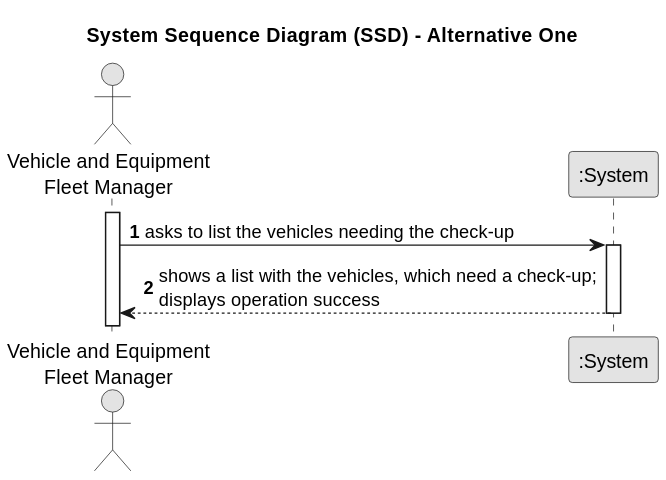
Before: docs/sprintA/us008/01.requirements-engineering/svg/us008-system-sequence-diagram-alternative-one.svg, a diagram exported from PlantUML (1231360-ISEP/lei-24-s2-1db-g021).
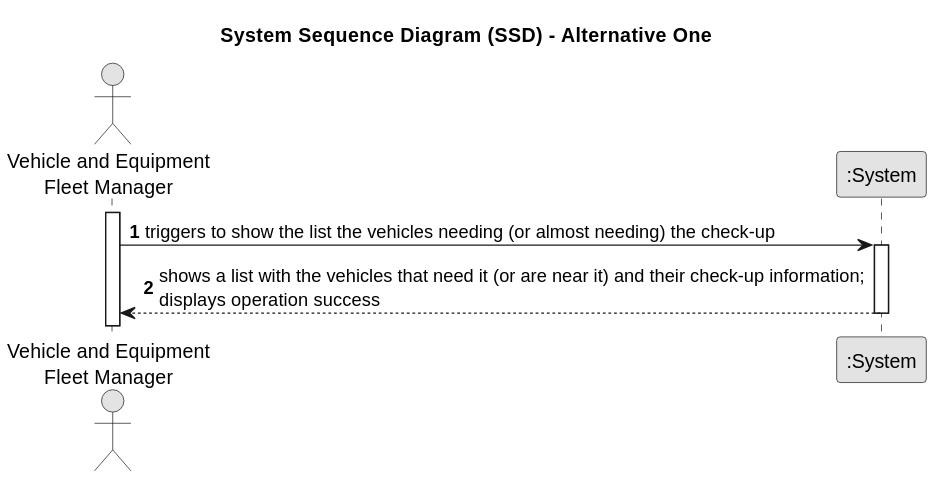
After the commit.

Commit message:
Making some changes on SSD of US008

The edit, as a diff of the source:
```diff
@@ -12,9 +12,9 @@
 
 activate Employee
 
-    Employee -> System : asks to list the vehicles needing the check-up
+    Employee -> System : triggers to show the list the vehicles needing (or almost needing) the check-up
     activate System
 
-        System --> Employee : shows a list with the vehicles, which need a check-up;\ndisplays operation success
+        System --> Employee : shows a list with the vehicles that need it (or are near it) and their check-up information;\ndisplays operation success
     deactivate System
 @enduml
```
